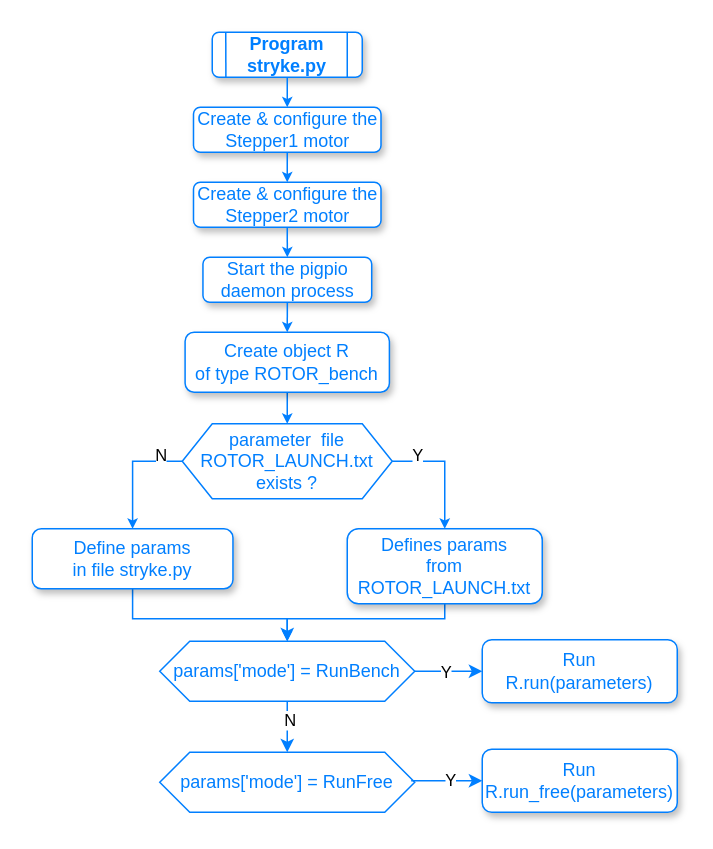
Earlier version of the draw.io diagram page "Flowchart-1" (2 of 7) of Docs/Diagrams/Rotor magnetic field measurement bench.drawio (cjlux/Banc-Mesure-Rotor). Source tidied: cells renumbered, new cells numbered last; positions are measured from the earlier drawing's top-left corner, leaving out a move shared by most shapes. Both pictures are drawn from the tidied source at 150%, with x=0, y=0 at pixel (32, 32).
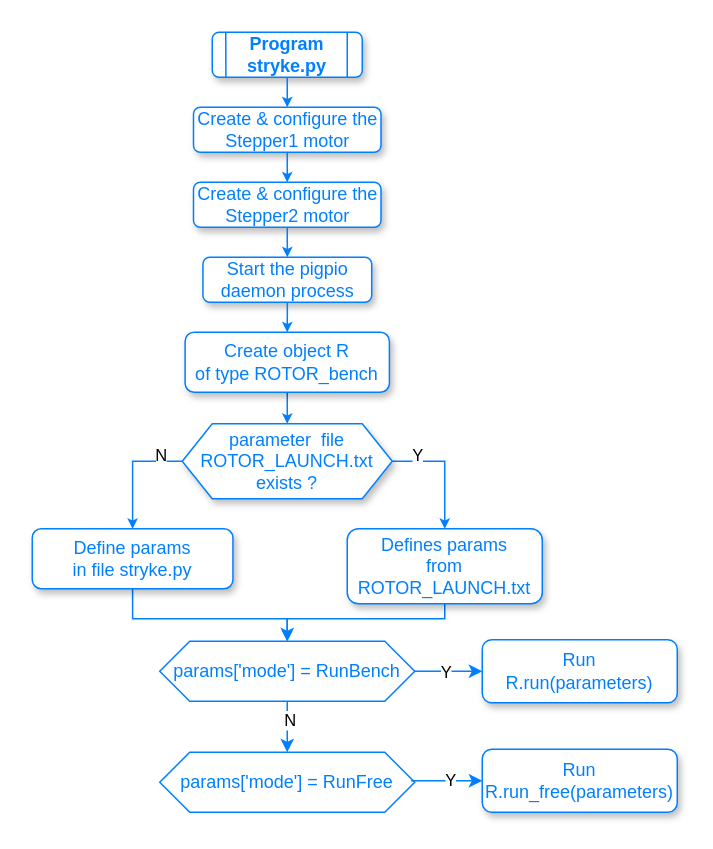
The same diagram, later.

Commit message:
Mettre à jour Rotor magnetic field measurement bench.drawio

What changed in the source:
```diff
@@
-    <mxCell id="17" value="parameter&amp;nbsp; file&lt;br&gt;&lt;div&gt;ROTOR_LAUNCH.txt&lt;br&gt;exists ?&lt;/div&gt;" style="shape=hexagon;perimeter=hexagonPerimeter2;whiteSpace=wrap;html=1;fixedSize=1;strokeColor=#007FFF;fontColor=#007FFF;" parent="1" vertex="1">
+    <mxCell id="17" value="parameter&amp;nbsp; file&lt;br&gt;&lt;div&gt;ROTOR_LAUNCH.txt&lt;br&gt;exists ?&lt;/div&gt;" style="shape=hexagon;perimeter=hexagonPerimeter2;whiteSpace=wrap;html=1;fixedSize=1;strokeColor=#007FFF;fontColor=#007FFF;shadow=1;" parent="1" vertex="1">
       <mxGeometry x="100" y="261" width="140" height="50" as="geometry" />
     </mxCell>
```
